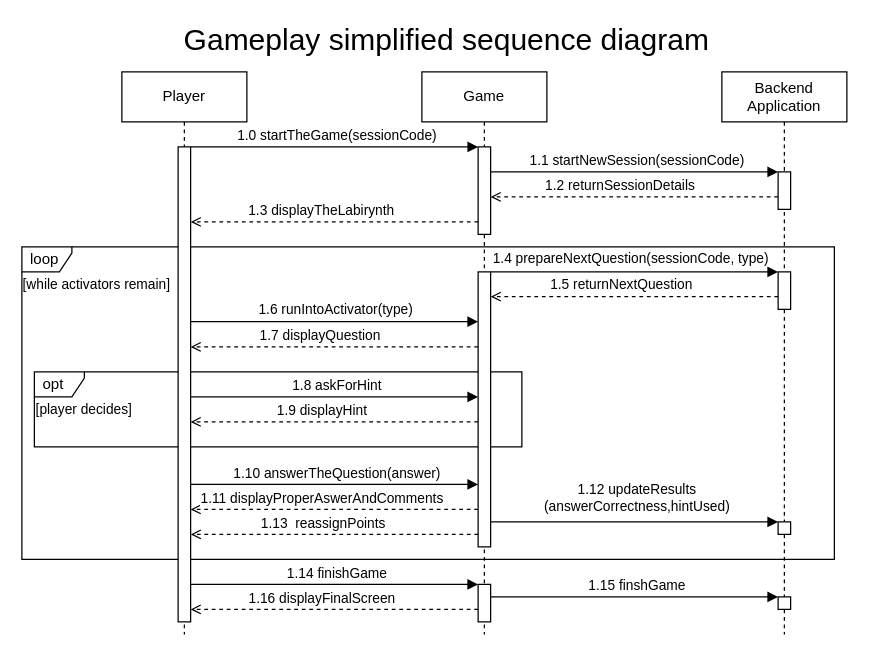
Above: page "Proto" (2 of 3) of Documentation/Diagrams.drawio in Baciejowski/educational-platform (draw.io), before the change. Source tidied: cells renumbered, new cells numbered last; positions are measured from the earlier drawing's top-left corner, leaving out a move shared by most shapes. Both pictures are drawn from the tidied source at 125%, with x=0, y=0 at pixel (21, 21).
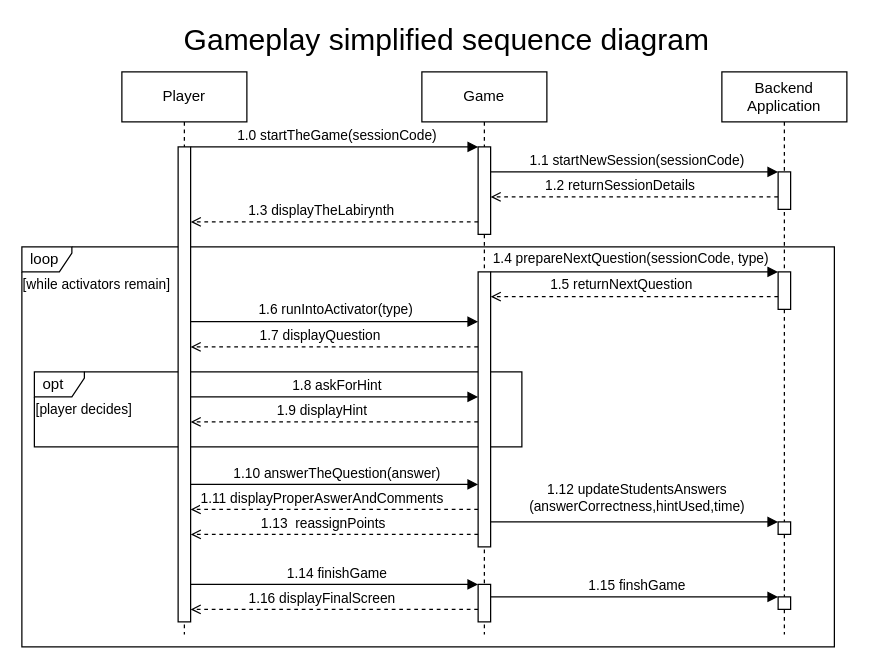
After the change.

The change refers to these unchanged cells:
```xml
<mxCell id="42" style="html=1;verticalAlign=bottom;labelBackgroundColor=none;endArrow=block;endFill=1;rounded=0;entryX=0.005;entryY=0;entryDx=0;entryDy=0;entryPerimeter=0;" parent="1" edge="1">
  <mxGeometry relative="1" as="geometry">
    <mxPoint x="375" y="400" as="sourcePoint" />
    <mxPoint x="605" y="400" as="targetPoint" />
  </mxGeometry>
</mxCell>
```

Diff of the diagram source:
```diff
@@
     <mxCell id="2" value="loop" style="shape=umlFrame;whiteSpace=wrap;html=1;width=40;height=20;boundedLbl=1;verticalAlign=middle;align=left;spacingLeft=5;" parent="1" vertex="1">
-      <mxGeometry y="180" width="650" height="250" as="geometry" />
+      <mxGeometry y="180" width="650" height="320" as="geometry" />
     </mxCell>
@@
-    <mxCell id="43" value="1.12 updateResults&lt;br&gt;(answerCorrectness,hintUsed)" style="edgeLabel;html=1;align=center;verticalAlign=middle;" parent="42" vertex="1">
+    <mxCell id="43" value="1.12 updateStudentsAnswers&lt;br&gt;(answerCorrectness,hintUsed,time)" style="edgeLabel;html=1;align=center;verticalAlign=middle;" parent="42" vertex="1">
       <mxGeometry x="-0.16" relative="1" as="geometry">
         <mxPoint x="19" y="-20" as="offset" />
       </mxGeometry>
     </mxCell>
```
